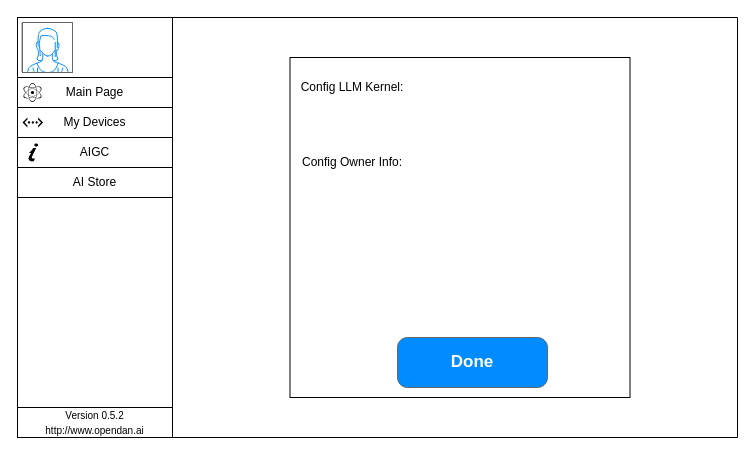
fiatrete/OpenDAN-Personal-AI-OS keeps this draw.io diagram as page "Init" (1 of 8) of doc/webui.drawio. Above is the earlier version. Source tidied: cells renumbered, new cells numbered last; positions are measured from the earlier drawing's top-left corner, leaving out a move shared by most shapes. Both pictures are drawn from the tidied source at 100%, with x=0, y=0 at pixel (17, 17).
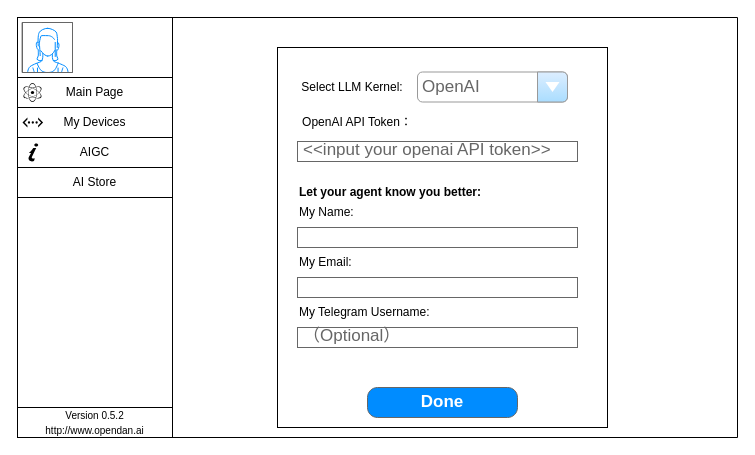
The same diagram, later.

The edit, as a diff of the source:
```diff
@@
+    <mxCell id="6" style="verticalLabelPosition=bottom;verticalAlign=top;html=1;shape=mxgraph.basic.rect;fillColor2=none;strokeWidth=1;size=20;indent=5;" parent="1" vertex="1">
+      <mxGeometry x="155" width="565" height="420" as="geometry" />
+    </mxCell>
+    <mxCell id="18" style="rounded=0;whiteSpace=wrap;html=1;" parent="1" vertex="1">
+      <mxGeometry x="260" y="30" width="330" height="380" as="geometry" />
+    </mxCell>
@@
-    <mxCell id="6" style="verticalLabelPosition=bottom;verticalAlign=top;html=1;shape=mxgraph.basic.rect;fillColor2=none;strokeWidth=1;size=20;indent=5;" parent="1" vertex="1">
-      <mxGeometry x="155" width="565" height="420" as="geometry" />
-    </mxCell>
@@
-    <mxCell id="8" style="whiteSpace=wrap;html=1;" parent="1" vertex="1">
-      <mxGeometry x="272.5" y="40" width="340" height="340" as="geometry" />
-    </mxCell>
-    <mxCell id="9" value="Config LLM Kernel:" style="text;html=1;strokeColor=none;fillColor=none;align=center;verticalAlign=middle;whiteSpace=wrap;rounded=0;" parent="1" vertex="1">
+    <mxCell id="9" value="Select LLM Kernel:" style="text;html=1;strokeColor=none;fillColor=none;align=center;verticalAlign=middle;whiteSpace=wrap;rounded=0;" parent="1" vertex="1">
       <mxGeometry x="280" y="55" width="110" height="30" as="geometry" />
     </mxCell>
-    <mxCell id="10" value="Config Owner Info:" style="text;html=1;strokeColor=none;fillColor=none;align=center;verticalAlign=middle;whiteSpace=wrap;rounded=0;" parent="1" vertex="1">
-      <mxGeometry x="280" y="130" width="110" height="30" as="geometry" />
+    <mxCell id="10" value="Let your agent know you better:" style="text;html=1;strokeColor=none;fillColor=none;align=left;verticalAlign=middle;whiteSpace=wrap;rounded=0;fontStyle=1;" parent="1" vertex="1">
+      <mxGeometry x="280" y="160" width="200" height="30" as="geometry" />
     </mxCell>
     <mxCell id="11" value="Done" style="strokeWidth=1;shadow=0;dashed=0;align=center;html=1;shape=mxgraph.mockup.buttons.button;strokeColor=#666666;fontColor=#ffffff;mainText=;buttonStyle=round;fontSize=17;fontStyle=1;fillColor=#008cff;whiteSpace=wrap;" parent="1" vertex="1">
-      <mxGeometry x="380" y="320" width="150" height="50" as="geometry" />
+      <mxGeometry x="350" y="370" width="150" height="30" as="geometry" />
     </mxCell>
@@
+    <mxCell id="19" value="OpenAI" style="strokeWidth=1;shadow=0;dashed=0;align=center;html=1;shape=mxgraph.mockup.forms.comboBox;strokeColor=#999999;fillColor=#ddeeff;align=left;fillColor2=#aaddff;mainText=;fontColor=#666666;fontSize=17;spacingLeft=3;" parent="1" vertex="1">
+      <mxGeometry x="400" y="54.5" width="150" height="30" as="geometry" />
+    </mxCell>
+    <mxCell id="20" value="OpenAI API Token：" style="text;html=1;strokeColor=none;fillColor=none;align=center;verticalAlign=middle;whiteSpace=wrap;rounded=0;" parent="1" vertex="1">
+      <mxGeometry x="280" y="90" width="120" height="30" as="geometry" />
+    </mxCell>
+    <mxCell id="21" value="&amp;lt;&amp;lt;input your openai API token&amp;gt;&amp;gt;" style="strokeWidth=1;shadow=0;dashed=0;align=center;html=1;shape=mxgraph.mockup.text.textBox;fontColor=#666666;align=left;fontSize=17;spacingLeft=4;spacingTop=-3;whiteSpace=wrap;strokeColor=#666666;mainText=;" parent="1" vertex="1">
+      <mxGeometry x="280" y="124" width="280" height="20" as="geometry" />
+    </mxCell>
+    <mxCell id="22" value="My Name:" style="text;html=1;strokeColor=none;fillColor=none;align=left;verticalAlign=middle;whiteSpace=wrap;rounded=0;" parent="1" vertex="1">
+      <mxGeometry x="280" y="180" width="120" height="30" as="geometry" />
+    </mxCell>
+    <mxCell id="23" style="strokeWidth=1;shadow=0;dashed=0;align=center;html=1;shape=mxgraph.mockup.text.textBox;fontColor=#666666;align=left;fontSize=17;spacingLeft=4;spacingTop=-3;whiteSpace=wrap;strokeColor=#666666;mainText=;" parent="1" vertex="1">
+      <mxGeometry x="280" y="210" width="280" height="20" as="geometry" />
+    </mxCell>
+    <mxCell id="24" value="My Email:" style="text;html=1;strokeColor=none;fillColor=none;align=left;verticalAlign=middle;whiteSpace=wrap;rounded=0;" parent="1" vertex="1">
+      <mxGeometry x="280" y="230" width="120" height="30" as="geometry" />
+    </mxCell>
+    <mxCell id="25" style="strokeWidth=1;shadow=0;dashed=0;align=center;html=1;shape=mxgraph.mockup.text.textBox;fontColor=#666666;align=left;fontSize=17;spacingLeft=4;spacingTop=-3;whiteSpace=wrap;strokeColor=#666666;mainText=;" parent="1" vertex="1">
+      <mxGeometry x="280" y="260" width="280" height="20" as="geometry" />
+    </mxCell>
+    <mxCell id="26" value="My Telegram Username:" style="text;html=1;strokeColor=none;fillColor=none;align=left;verticalAlign=middle;whiteSpace=wrap;rounded=0;" parent="1" vertex="1">
+      <mxGeometry x="280" y="280" width="150" height="30" as="geometry" />
+    </mxCell>
+    <mxCell id="27" value="（Optional）" style="strokeWidth=1;shadow=0;dashed=0;align=center;html=1;shape=mxgraph.mockup.text.textBox;fontColor=#666666;align=left;fontSize=17;spacingLeft=4;spacingTop=-3;whiteSpace=wrap;strokeColor=#666666;mainText=;" parent="1" vertex="1">
+      <mxGeometry x="280" y="310" width="280" height="20" as="geometry" />
+    </mxCell>
```
